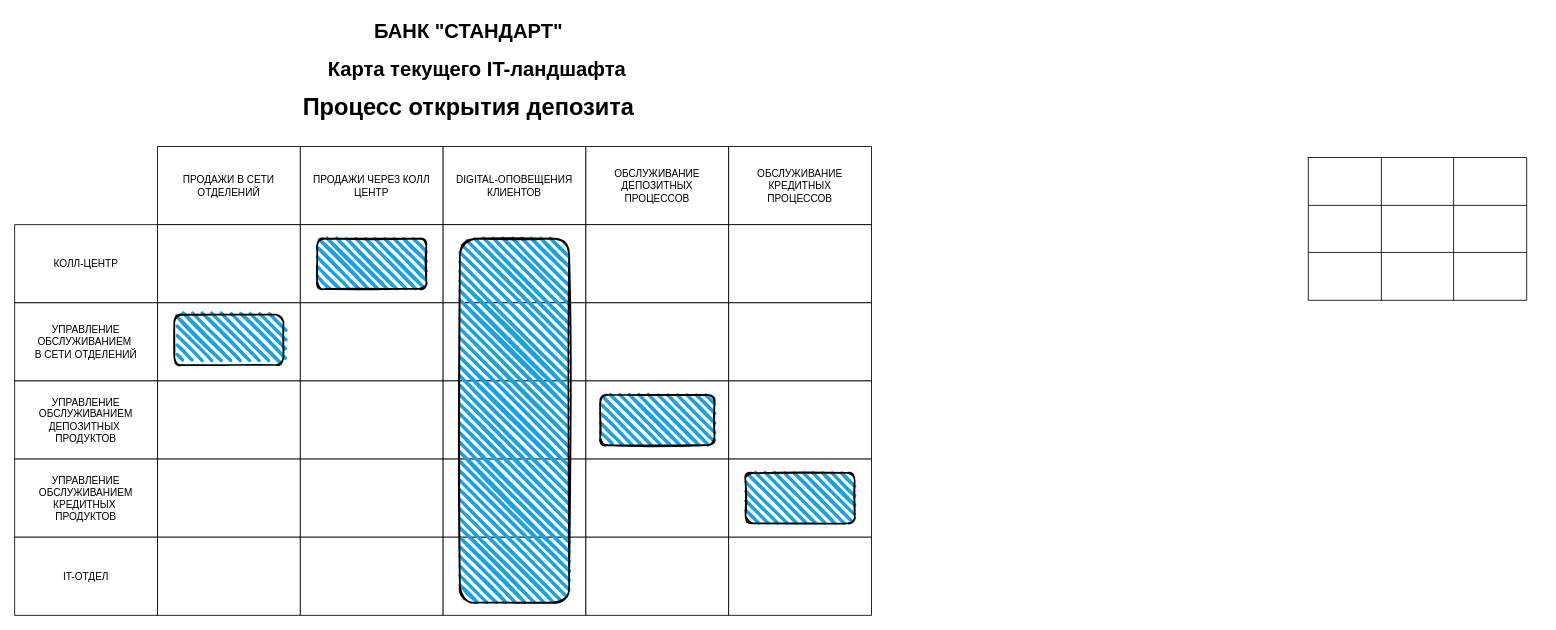
Above: Exc1/it.land.scape.map.drawio in gyngazov/architecture-sprint-9 (draw.io), before the change. Source tidied: cells renumbered, new cells numbered last; positions are measured from the earlier drawing's top-left corner, leaving out a move shared by most shapes. Both pictures are drawn from the tidied source at 84%, with x=0, y=0 at pixel (14, 14).
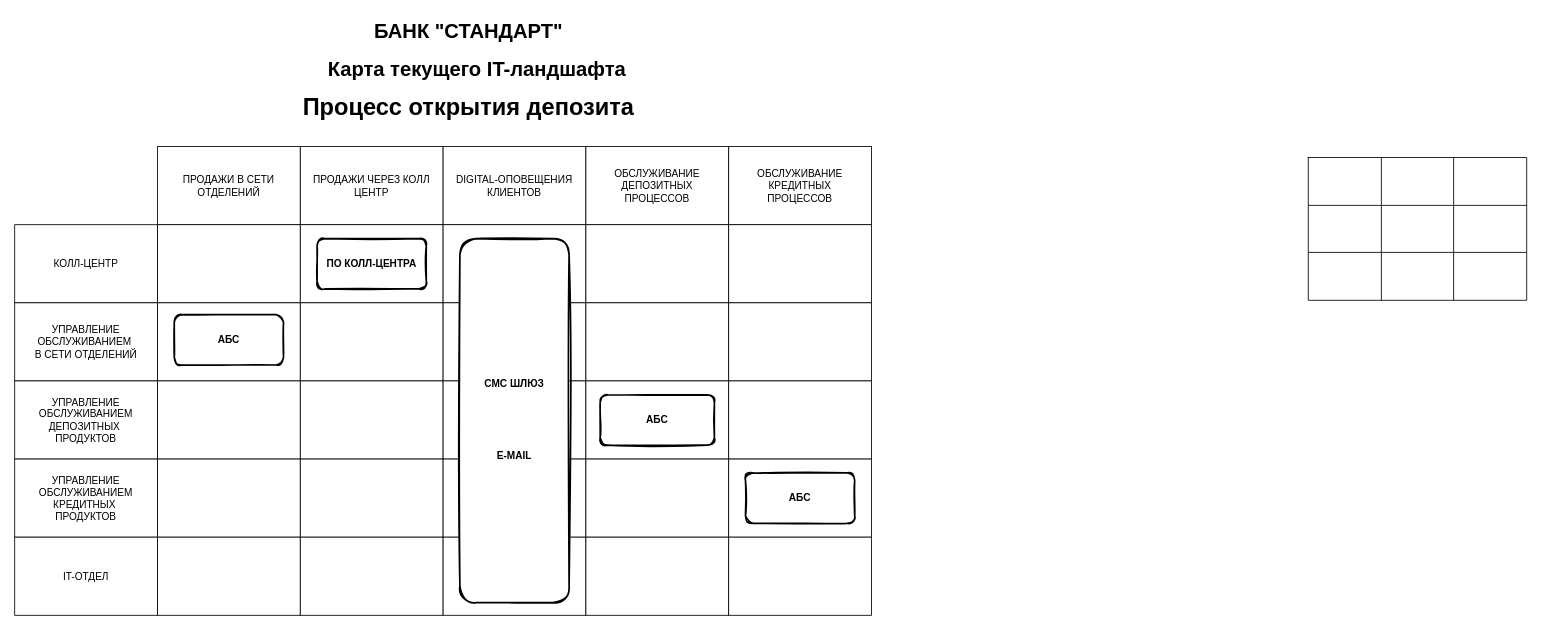
After the change.

Change to the diagram source:
```diff
@@
-    <mxCell id="41" style="rounded=1;whiteSpace=wrap;html=1;strokeWidth=2;fillWeight=4;hachureGap=8;hachureAngle=45;fillColor=#1ba1e2;sketch=1;" parent="1" vertex="1">
+    <mxCell id="41" value="&lt;b&gt;АБС&lt;/b&gt;" style="rounded=1;whiteSpace=wrap;html=1;strokeWidth=2;fillWeight=4;hachureGap=8;hachureAngle=45;sketch=1;" parent="1" vertex="1">
       <mxGeometry x="190" y="357" width="130" height="60" as="geometry" />
     </mxCell>
-    <mxCell id="42" style="rounded=1;whiteSpace=wrap;html=1;strokeWidth=2;fillWeight=4;hachureGap=8;hachureAngle=45;fillColor=#1ba1e2;sketch=1;" parent="1" vertex="1">
+    <mxCell id="42" value="&lt;b&gt;АБС&lt;/b&gt;" style="rounded=1;whiteSpace=wrap;html=1;strokeWidth=2;fillWeight=4;hachureGap=8;hachureAngle=45;sketch=1;" parent="1" vertex="1">
       <mxGeometry x="697" y="452.5" width="136" height="60" as="geometry" />
     </mxCell>
@@
-    <mxCell id="55" style="rounded=1;whiteSpace=wrap;html=1;strokeWidth=2;fillWeight=4;hachureGap=8;hachureAngle=45;fillColor=#1ba1e2;sketch=1;" parent="1" vertex="1">
+    <mxCell id="55" value="&lt;b&gt;АБС&lt;/b&gt;" style="rounded=1;whiteSpace=wrap;html=1;strokeWidth=2;fillWeight=4;hachureGap=8;hachureAngle=45;sketch=1;" parent="1" vertex="1">
       <mxGeometry x="870" y="545.5" width="130" height="60" as="geometry" />
     </mxCell>
-    <mxCell id="56" style="rounded=1;whiteSpace=wrap;html=1;strokeWidth=2;fillWeight=4;hachureGap=8;hachureAngle=45;fillColor=#1ba1e2;sketch=1;" parent="1" vertex="1">
+    <mxCell id="56" value="&lt;b&gt;ПО КОЛЛ-ЦЕНТРА&lt;/b&gt;" style="rounded=1;whiteSpace=wrap;html=1;strokeWidth=2;fillWeight=4;hachureGap=8;hachureAngle=45;sketch=1;" parent="1" vertex="1">
       <mxGeometry x="360" y="266.5" width="130" height="60" as="geometry" />
     </mxCell>
@@
-    <mxCell id="63" style="rounded=1;whiteSpace=wrap;html=1;strokeWidth=2;fillWeight=4;hachureGap=8;hachureAngle=45;fillColor=#1ba1e2;sketch=1;" parent="1" vertex="1">
+    <mxCell id="63" value="&lt;b&gt;СМС ШЛЮЗ&lt;/b&gt;&lt;div&gt;&lt;br&gt;&lt;/div&gt;&lt;div&gt;&lt;br&gt;&lt;/div&gt;&lt;div&gt;&lt;br&gt;&lt;/div&gt;&lt;div&gt;&lt;br&gt;&lt;/div&gt;&lt;div&gt;&lt;br&gt;&lt;/div&gt;&lt;div&gt;&lt;b&gt;E-MAIL&lt;/b&gt;&lt;/div&gt;" style="rounded=1;whiteSpace=wrap;html=1;strokeWidth=2;fillWeight=4;hachureGap=8;hachureAngle=45;sketch=1;" parent="1" vertex="1">
       <mxGeometry x="530" y="266.5" width="130" height="433.5" as="geometry" />
     </mxCell>
```
